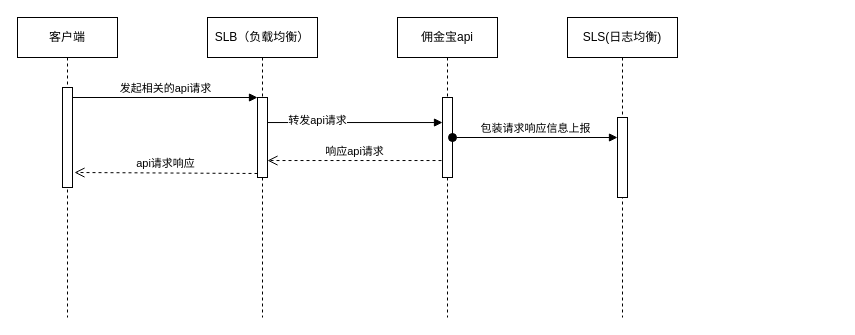
Above: page "Page-1" (1 of 2) of Untitled Diagram.drawio in zhuobinchan/my_drow_io (draw.io), before the change. Source tidied: cells renumbered, new cells numbered last; positions are measured from the earlier drawing's top-left corner, leaving out a move shared by most shapes. Both pictures are drawn from the tidied source at 100%, with x=0, y=0 at pixel (17, 17).
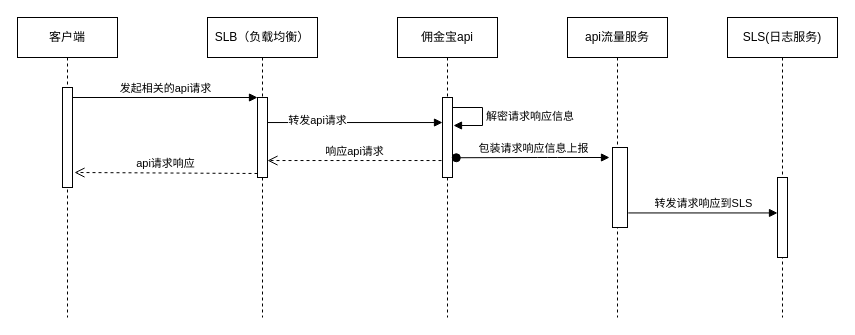
The same diagram, later.

The change refers to these unchanged cells:
```xml
<mxCell id="6" value="佣金宝api" style="shape=umlLifeline;perimeter=lifelinePerimeter;whiteSpace=wrap;html=1;" parent="1" vertex="1">
  <mxGeometry x="380" width="100" height="300" as="geometry" />
</mxCell>
<mxCell id="7" style="html=1;points=[];perimeter=orthogonalPerimeter;" parent="6" vertex="1">
  <mxGeometry x="45" y="80" width="10" height="80" as="geometry" />
</mxCell>
```

Diff of the diagram source:
```diff
@@
+    <mxCell id="16" value="解密请求响应信息" style="edgeStyle=orthogonalEdgeStyle;html=1;align=left;spacingLeft=2;endArrow=block;rounded=0;entryX=1.1;entryY=0.35;entryDx=0;entryDy=0;entryPerimeter=0;" parent="6" edge="1" target="7">
+      <mxGeometry relative="1" as="geometry">
+        <mxPoint x="55" y="90" as="sourcePoint" />
+        <Array as="points">
+          <mxPoint x="85" y="90" />
+          <mxPoint x="85" y="108" />
+        </Array>
+      </mxGeometry>
+    </mxCell>
-    <mxCell id="8" value="SLS(日志均衡)" style="shape=umlLifeline;perimeter=lifelinePerimeter;whiteSpace=wrap;html=1;" parent="1" vertex="1">
-      <mxGeometry x="550" width="110" height="300" as="geometry" />
+    <mxCell id="8" value="SLS(日志服务)" style="shape=umlLifeline;perimeter=lifelinePerimeter;whiteSpace=wrap;html=1;" parent="1" vertex="1">
+      <mxGeometry x="710" width="110" height="300" as="geometry" />
     </mxCell>
     <mxCell id="9" style="html=1;points=[];perimeter=orthogonalPerimeter;" parent="8" vertex="1">
-      <mxGeometry x="50" y="100" width="10" height="80" as="geometry" />
+      <mxGeometry x="50" y="160" width="10" height="80" as="geometry" />
     </mxCell>
@@
-    <mxCell id="15" value="包装请求响应信息上报" style="html=1;verticalAlign=bottom;startArrow=oval;endArrow=block;startSize=8;" parent="1" edge="1" source="7" target="9">
-      <mxGeometry relative="1" as="geometry" />
+    <mxCell id="15" value="包装请求响应信息上报" style="html=1;verticalAlign=bottom;startArrow=oval;endArrow=block;startSize=8;exitX=1.38;exitY=0.753;exitDx=0;exitDy=0;exitPerimeter=0;" parent="1" edge="1" source="7">
+      <mxGeometry relative="1" as="geometry">
+        <mxPoint x="592" y="140" as="targetPoint" />
+        <Array as="points">
+          <mxPoint x="530" y="140" />
+        </Array>
+      </mxGeometry>
     </mxCell>
+    <mxCell id="17" value="api流量服务" style="shape=umlLifeline;perimeter=lifelinePerimeter;whiteSpace=wrap;html=1;" parent="1" vertex="1">
+      <mxGeometry x="550" width="100" height="300" as="geometry" />
+    </mxCell>
+    <mxCell id="18" style="html=1;points=[];perimeter=orthogonalPerimeter;" parent="17" vertex="1">
+      <mxGeometry x="45" y="130" width="15" height="80" as="geometry" />
+    </mxCell>
+    <mxCell id="19" value="转发请求响应到SLS" style="html=1;verticalAlign=bottom;endArrow=block;exitX=1.053;exitY=0.818;exitDx=0;exitDy=0;exitPerimeter=0;" parent="1" edge="1" source="18" target="9">
+      <mxGeometry relative="1" as="geometry" />
+    </mxCell>
```
